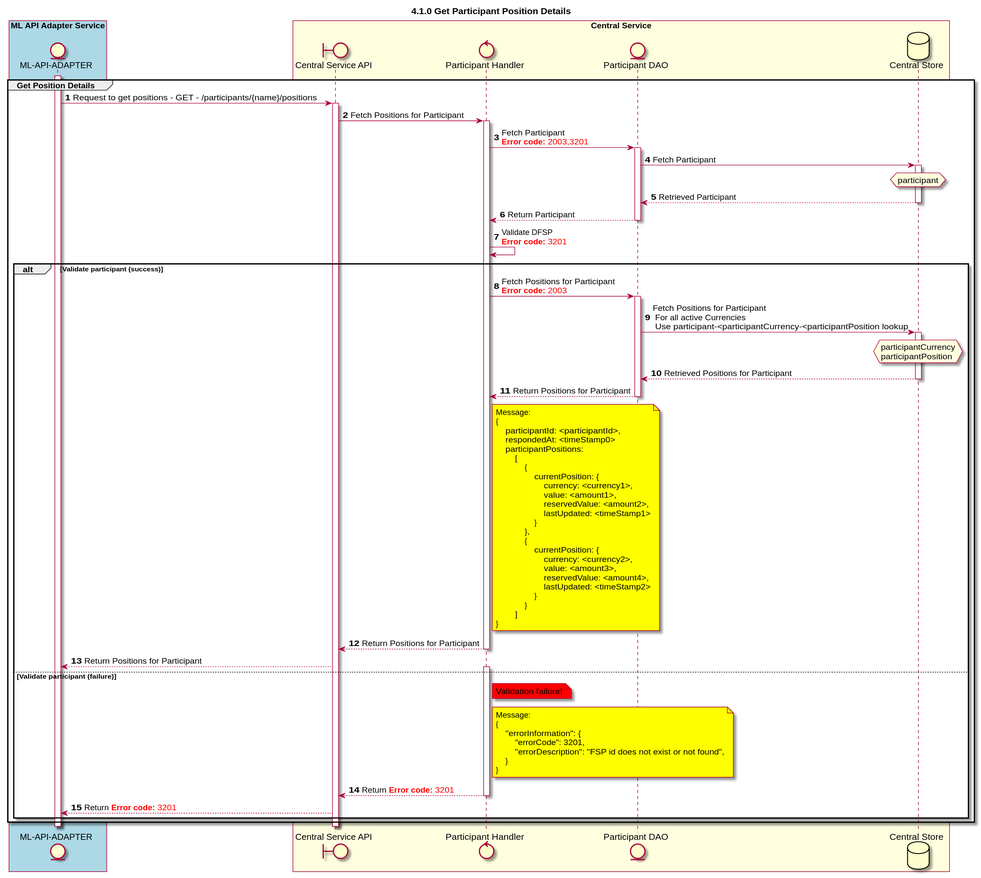
Earlier version of the PlantUML export CentralServices/seq_diagrams/participant/seq-participants-positions-query-4.1.0.svg (ggrg/docs).
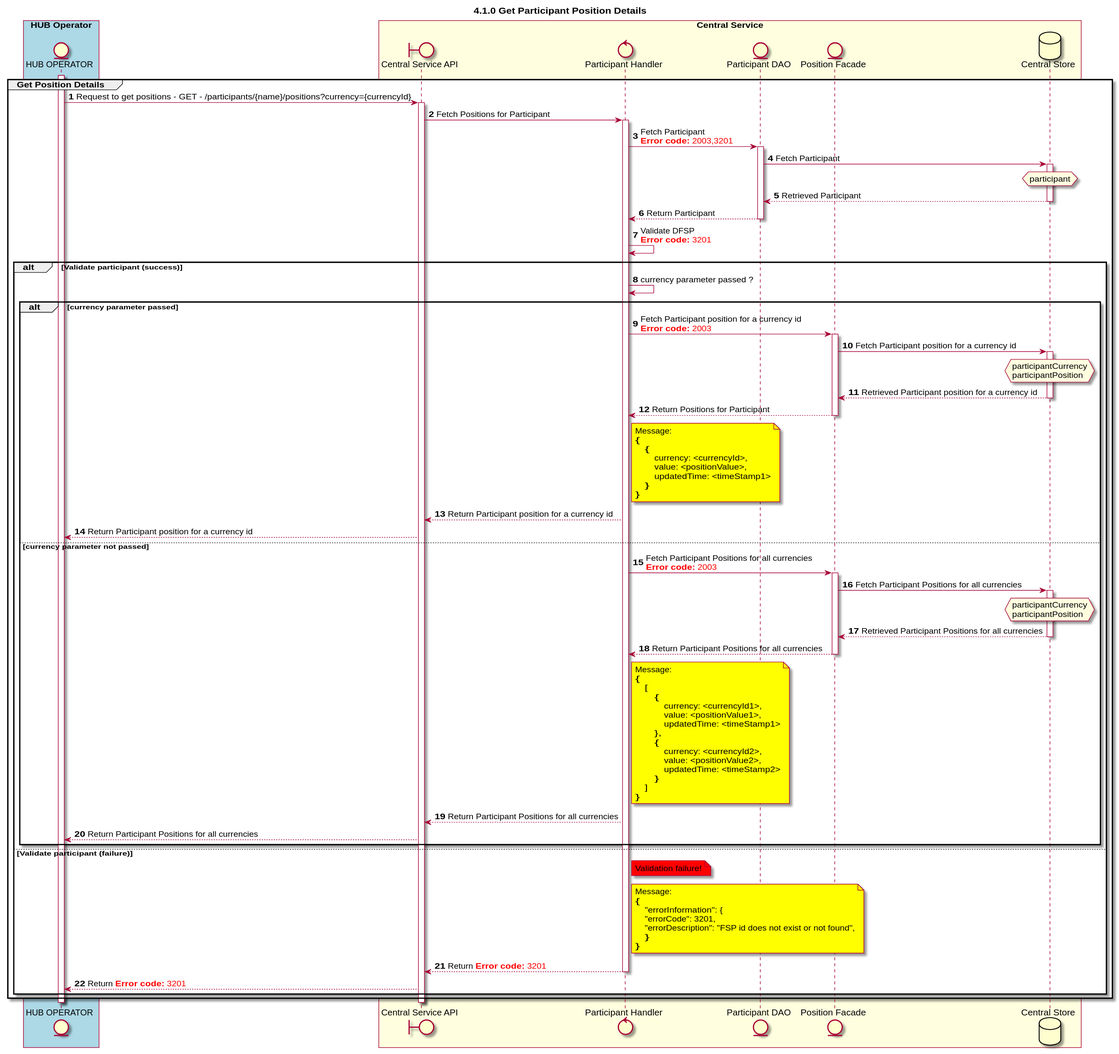
The same diagram one commit later.

Commit message:
Sequence diagram for get positions API story #404 (#77)

* sequence diagram for get positions API

* updated the existing seq diagram and deleted the new duplicate

What changed in the source:
```diff
@@ -4,37 +4,39 @@
 autonumber
 
 
-entity "ML-API-ADAPTER" as MLAPI
+entity "HUB OPERATOR" as OPERATOR
 boundary "Central Service API" as CSAPI
 control "Participant Handler" as PARTICIPANT_HANDLER
 entity "Central Service API" as CSAPI
 entity "Participant DAO" as PARTICIPANT_DAO
+entity "Position Facade" as POSITION_DAO
 database "Central Store" as DB
-box "ML API Adapter Service" #LightBlue
-	participant MLAPI
+box "HUB Operator" #LightBlue
+participant OPERATOR
 end box
 
 box "Central Service" #LightYellow
-    participant CSAPI
-    participant PARTICIPANT_HANDLER
-    participant PARTICIPANT_DAO
-    participant DB
+participant CSAPI
+participant PARTICIPANT_HANDLER
+participant PARTICIPANT_DAO
+participant POSITION_DAO
+participant DB
 end box
 
 
-activate MLAPI
+activate OPERATOR
 group Get Position Details
-MLAPI -> CSAPI: Request to get positions - GET - /participants/{name}/positions
+    OPERATOR -> CSAPI: Request to get positions - GET - /participants/{name}/positions?currency={currencyId}
     activate CSAPI
     CSAPI -> PARTICIPANT_HANDLER: Fetch Positions for Participant
     activate PARTICIPANT_HANDLER
-        PARTICIPANT_HANDLER ->PARTICIPANT_DAO: Fetch Participant \n<color #FF0000><b>Error code:</b> 2003,3201 </color>
+    PARTICIPANT_HANDLER ->PARTICIPANT_DAO: Fetch Participant \n<color #FF0000><b>Error code:</b> 2003,3201 </color>
 
     activate PARTICIPANT_DAO
     PARTICIPANT_DAO ->DB: Fetch Participant
     activate DB
     hnote over DB #lightyellow
-            participant
+        participant
     end note
     DB --> PARTICIPANT_DAO: Retrieved Participant
     deactivate DB
@@ -42,67 +44,87 @@
     deactivate PARTICIPANT_DAO
     PARTICIPANT_HANDLER ->PARTICIPANT_HANDLER: Validate DFSP \n<color #FF0000><b>Error code:</b> 3201</color>
     alt Validate participant (success)
-    PARTICIPANT_HANDLER ->PARTICIPANT_DAO: Fetch Positions for Participant \n<color #FF0000><b>Error code:</b> 2003 </color>
-    activate PARTICIPANT_DAO
-    PARTICIPANT_DAO ->DB: Fetch Positions for Participant \n For all active Currencies \n Use participant-<participantCurrency-<participantPosition lookup
-    activate DB
-    hnote over DB #lightyellow
-            participantCurrency
-            participantPosition
-    end note
-    DB --> PARTICIPANT_DAO: Retrieved Positions for Participant
-    deactivate DB
-    PARTICIPANT_DAO -->PARTICIPANT_HANDLER: Return Positions for Participant
-    deactivate PARTICIPANT_DAO
-    note right of PARTICIPANT_HANDLER #yellow
-            Message:
-            {
-                participantId: <participantId>,
-                respondedAt: <timeStamp0>
-                participantPositions:
+        PARTICIPANT_HANDLER ->PARTICIPANT_HANDLER: currency parameter passed ?
+
+        alt currency parameter passed
+
+            PARTICIPANT_HANDLER ->POSITION_DAO: Fetch Participant position for a currency id\n<color #FF0000><b>Error code:</b> 2003 </color>
+            activate POSITION_DAO
+            POSITION_DAO ->DB: Fetch Participant position for a currency id
+            activate DB
+            hnote over DB #lightyellow
+                participantCurrency
+                participantPosition
+            end note
+            DB --> POSITION_DAO: Retrieved Participant position for a currency id
+            deactivate DB
+            POSITION_DAO -->PARTICIPANT_HANDLER: Return Positions for Participant
+            deactivate POSITION_DAO
+            note right of PARTICIPANT_HANDLER #yellow
+                Message:
+                {
+                    {
+                        currency: <currencyId>,
+                        value: <positionValue>,
+                        updatedTime: <timeStamp1>
+                    }
+                }
+            end note
+            PARTICIPANT_HANDLER -->CSAPI: Return Participant position for a currency id
+            CSAPI -->OPERATOR: Return Participant position for a currency id
+        else currency parameter not passed
+            PARTICIPANT_HANDLER ->POSITION_DAO: Fetch Participant Positions for all currencies\n<color #FF0000><b>Error code:</b> 2003 </color>
+            activate POSITION_DAO
+            POSITION_DAO ->DB: Fetch Participant Positions for all currencies
+            activate DB
+            hnote over DB #lightyellow
+                participantCurrency
+                participantPosition
+            end note
+            DB --> POSITION_DAO: Retrieved Participant Positions for all currencies
+            deactivate DB
+            POSITION_DAO -->PARTICIPANT_HANDLER: Return Participant Positions for all currencies
+            deactivate POSITION_DAO
+            note right of PARTICIPANT_HANDLER #yellow
+                Message:
+                {
                     [
                         {
-                            currentPosition: {
-                                currency: <currency1>,
-                                value: <amount1>,
-                                reservedValue: <amount2>,
-                                lastUpdated: <timeStamp1>
-                            }
+                            currency: <currencyId1>,
+                            value: <positionValue1>,
+                            updatedTime: <timeStamp1>
                         },
                         {
-                            currentPosition: {
-                                currency: <currency2>,
-                                value: <amount3>,
-                                reservedValue: <amount4>,
-                                lastUpdated: <timeStamp2>
-                            }
+                            currency: <currencyId2>,
+                            value: <positionValue2>,
+                            updatedTime: <timeStamp2>
                         }
                     ]
-            }
-        end note
-    PARTICIPANT_HANDLER -->CSAPI: Return Positions for Participant
-	deactivate PARTICIPANT_HANDLER
-CSAPI -->MLAPI: Return Positions for Participant
-else Validate participant (failure)
-note right of PARTICIPANT_HANDLER #red: Validation failure!
-    activate PARTICIPANT_HANDLER
-    note right of PARTICIPANT_HANDLER #yellow
+                }
+            end note
+            PARTICIPANT_HANDLER -->CSAPI: Return Participant Positions for all currencies
+            CSAPI -->OPERATOR: Return Participant Positions for all currencies
+        end
+    else Validate participant (failure)
+        note right of PARTICIPANT_HANDLER #red: Validation failure!
+        activate PARTICIPANT_HANDLER
+        note right of PARTICIPANT_HANDLER #yellow
             Message:
             {
                 "errorInformation": {
-                    "errorCode": 3201,
-                    "errorDescription": "FSP id does not exist or not found",
+                "errorCode": 3201,
+                "errorDescription": "FSP id does not exist or not found",
                 }
             }
         end note
-    PARTICIPANT_HANDLER -->CSAPI: Return <color #FF0000><b>Error code:</b> 3201</color>
-	deactivate PARTICIPANT_HANDLER
-CSAPI -->MLAPI: Return <color #FF0000><b>Error code:</b> 3201</color>
-end
+        PARTICIPANT_HANDLER -->CSAPI: Return <color #FF0000><b>Error code:</b> 3201</color>
+        deactivate PARTICIPANT_HANDLER
+        CSAPI -->OPERATOR: Return <color #FF0000><b>Error code:</b> 3201</color>
+    end
 
 end
 
-    deactivate CSAPI
-deactivate MLAPI
+deactivate CSAPI
+deactivate OPERATOR
 
 @enduml
```
